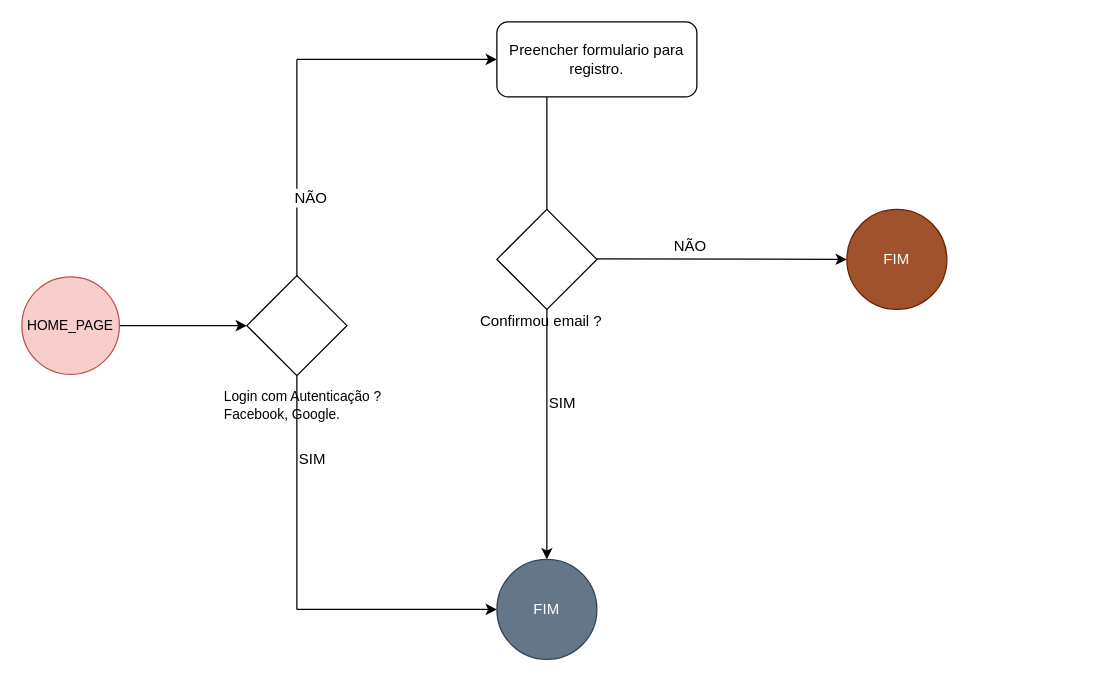
felipeffcwb/100ToMe keeps this draw.io diagram as Fluxogramas/100To _me_Criar_Conta.drawio. Above is the earlier version. Source tidied: cells renumbered, new cells numbered last; positions are measured from the earlier drawing's top-left corner, leaving out a move shared by most shapes. Both pictures are drawn from the tidied source at 125%, with x=0, y=0 at pixel (21, 21).
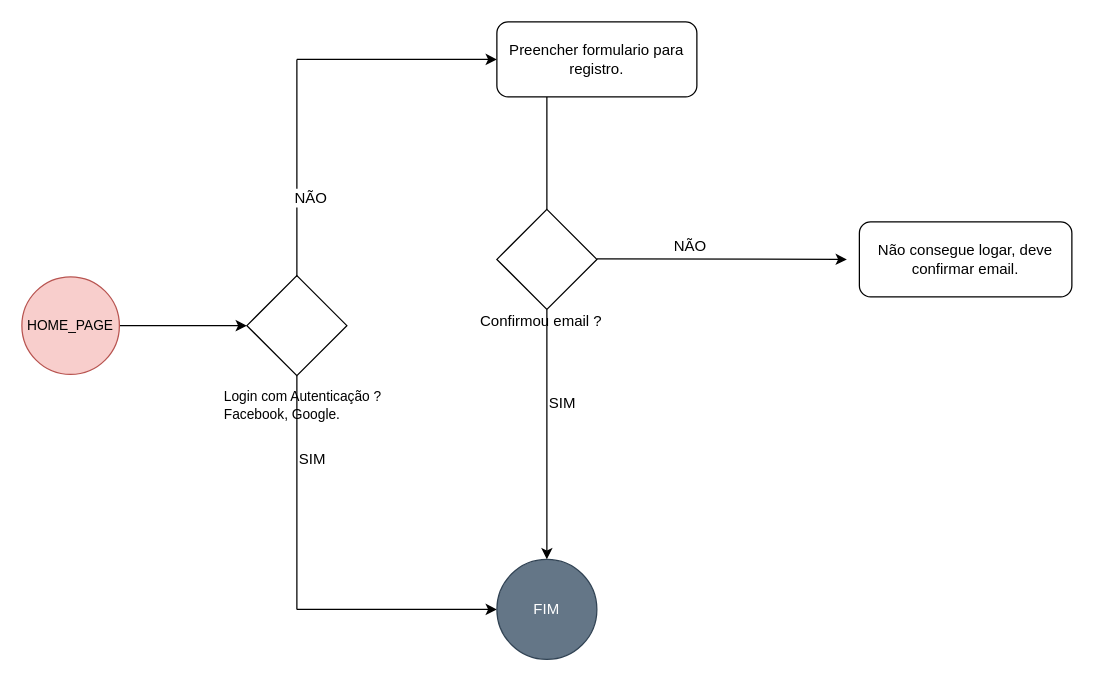
The same diagram, later.

Commit message (it also covers changes not shown here):
alterado primeiro fluxograma

What changed in the source:
```diff
@@
-    <mxCell id="20" value="FIM" style="ellipse;whiteSpace=wrap;html=1;fillColor=#a0522d;strokeColor=#6D1F00;fontColor=#ffffff;" parent="1" vertex="1">
-      <mxGeometry x="660" y="150" width="80" height="80" as="geometry" />
-    </mxCell>
@@
+    <mxCell id="22" value="Não consegue logar, deve confirmar email." style="rounded=1;whiteSpace=wrap;html=1;" parent="1" vertex="1">
+      <mxGeometry x="670" y="160" width="170" height="60" as="geometry" />
+    </mxCell>
```
